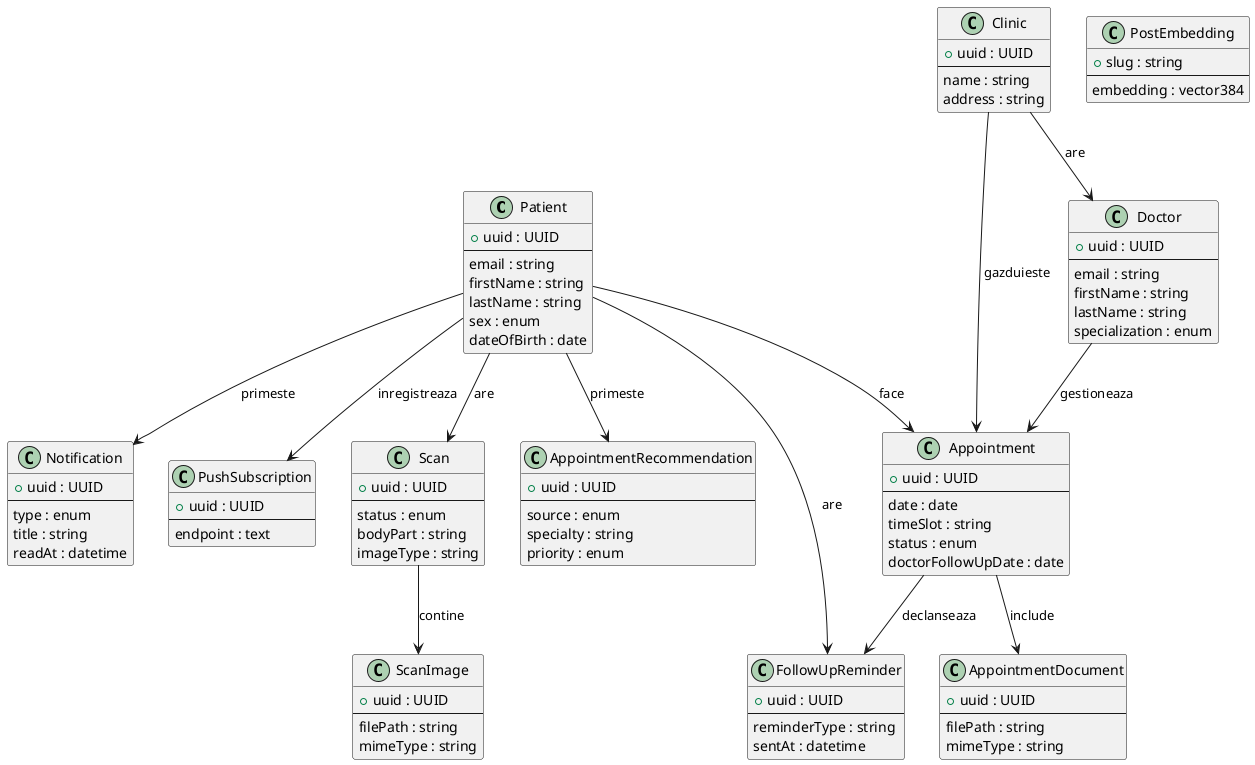
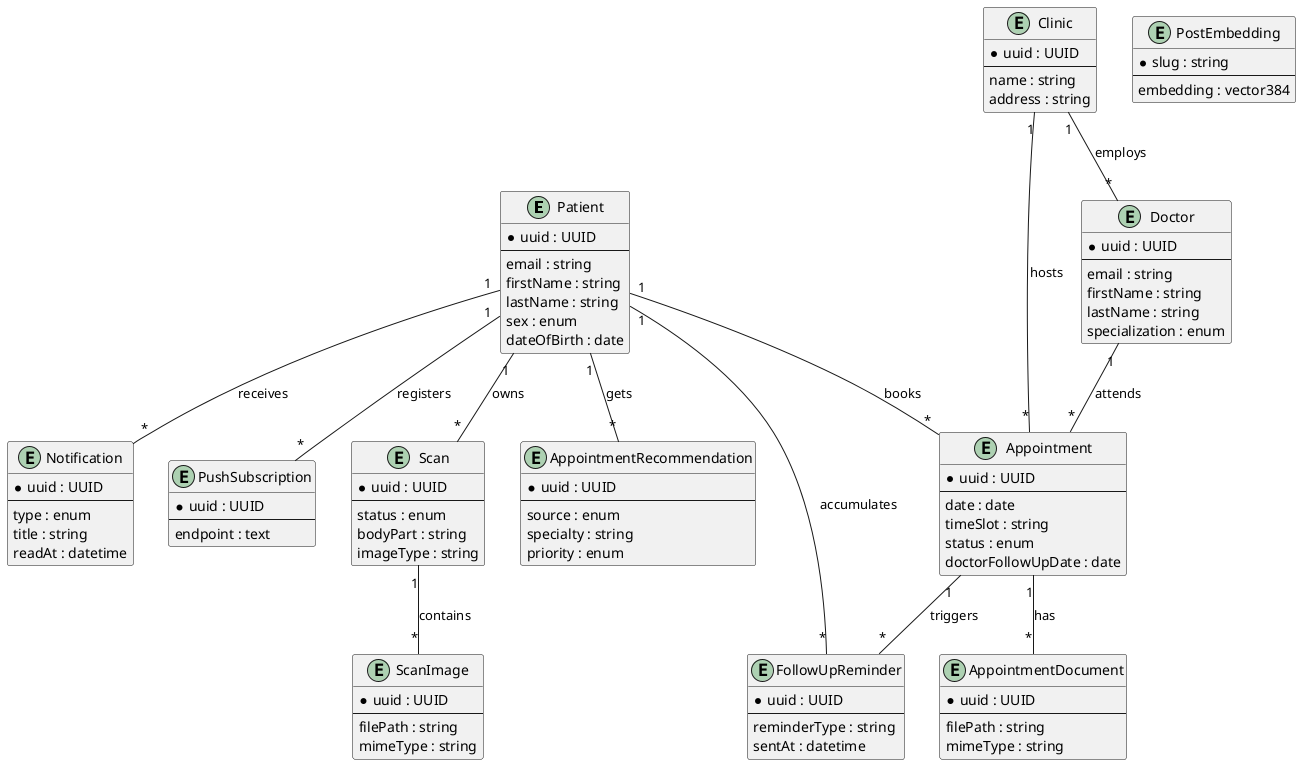
@startuml
hide methods
hide stereotypes

- class EPatient as "Patient" {
-   +uuid : UUID
+ entity Patient {
+   * uuid : UUID
  --
  email : string
  firstName : string
  lastName : string
  sex : enum
  dateOfBirth : date
}

- class EDoctor as "Doctor" {
-   +uuid : UUID
+ entity Doctor {
+   * uuid : UUID
  --
  email : string
  firstName : string
  lastName : string
  specialization : enum
}

- class EClinic as "Clinic" {
-   +uuid : UUID
+ entity Clinic {
+   * uuid : UUID
  --
  name : string
  address : string
}

- class EAppointment as "Appointment" {
-   +uuid : UUID
+ entity Appointment {
+   * uuid : UUID
  --
  date : date
  timeSlot : string
  status : enum
  doctorFollowUpDate : date
}

- class EAppointmentDocument as "AppointmentDocument" {
-   +uuid : UUID
+ entity AppointmentDocument {
+   * uuid : UUID
  --
  filePath : string
  mimeType : string
}

- class EScan as "Scan" {
-   +uuid : UUID
+ entity Scan {
+   * uuid : UUID
  --
  status : enum
  bodyPart : string
  imageType : string
}

- class EScanImage as "ScanImage" {
-   +uuid : UUID
+ entity ScanImage {
+   * uuid : UUID
  --
  filePath : string
  mimeType : string
}

- class ENotification as "Notification" {
-   +uuid : UUID
+ entity Notification {
+   * uuid : UUID
  --
  type : enum
  title : string
  readAt : datetime
}

- class EPushSubscription as "PushSubscription" {
-   +uuid : UUID
+ entity PushSubscription {
+   * uuid : UUID
  --
  endpoint : text
}

- class EFollowUpReminder as "FollowUpReminder" {
-   +uuid : UUID
+ entity FollowUpReminder {
+   * uuid : UUID
  --
  reminderType : string
  sentAt : datetime
}

- class EAppointmentRecommendation as "AppointmentRecommendation" {
-   +uuid : UUID
+ entity AppointmentRecommendation {
+   * uuid : UUID
  --
  source : enum
  specialty : string
  priority : enum
}

- class EPostEmbedding as "PostEmbedding" {
-   +slug : string
+ entity PostEmbedding {
+   * slug : string
  --
  embedding : vector384
}

- EClinic --> EDoctor : are
- EClinic --> EAppointment : gazduieste
- EPatient --> EAppointment : face
- EDoctor --> EAppointment : gestioneaza
- EAppointment --> EAppointmentDocument : include
- EPatient --> EScan : are
- EScan --> EScanImage : contine
- EPatient --> ENotification : primeste
- EPatient --> EPushSubscription : inregistreaza
- EPatient --> EFollowUpReminder : are
- EAppointment --> EFollowUpReminder : declanseaza
- EPatient --> EAppointmentRecommendation : primeste
+ Clinic "1" -- "*" Doctor : employs
+ Clinic "1" -- "*" Appointment : hosts
+ Patient "1" -- "*" Appointment : books
+ Doctor "1" -- "*" Appointment : attends
+ Appointment "1" -- "*" AppointmentDocument : has
+ Patient "1" -- "*" Scan : owns
+ Scan "1" -- "*" ScanImage : contains
+ Patient "1" -- "*" Notification : receives
+ Patient "1" -- "*" PushSubscription : registers
+ Patient "1" -- "*" FollowUpReminder : accumulates
+ Appointment "1" -- "*" FollowUpReminder : triggers
+ Patient "1" -- "*" AppointmentRecommendation : gets

@enduml